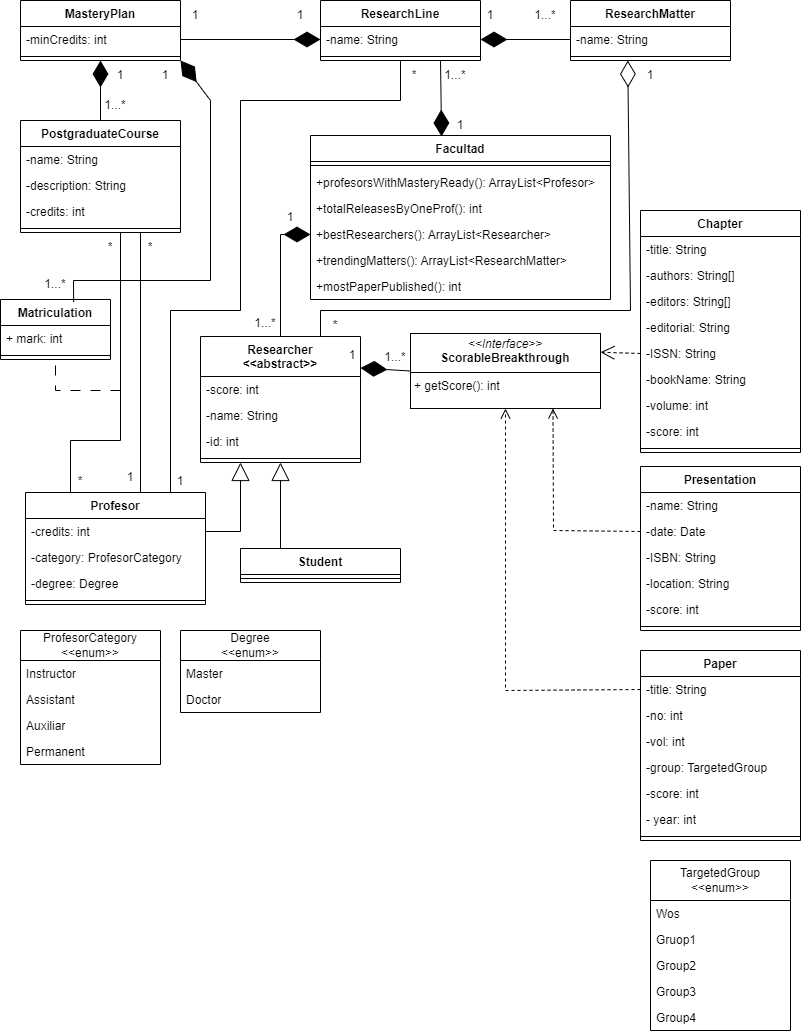
Before: dpoo_final_project_diagram.png, a diagram exported from draw.io (mbrianp05/dpoo-final-project). Source tidied: cells renumbered, new cells last; positions are measured from the earlier drawing's top-left corner, leaving out a move shared by most shapes.
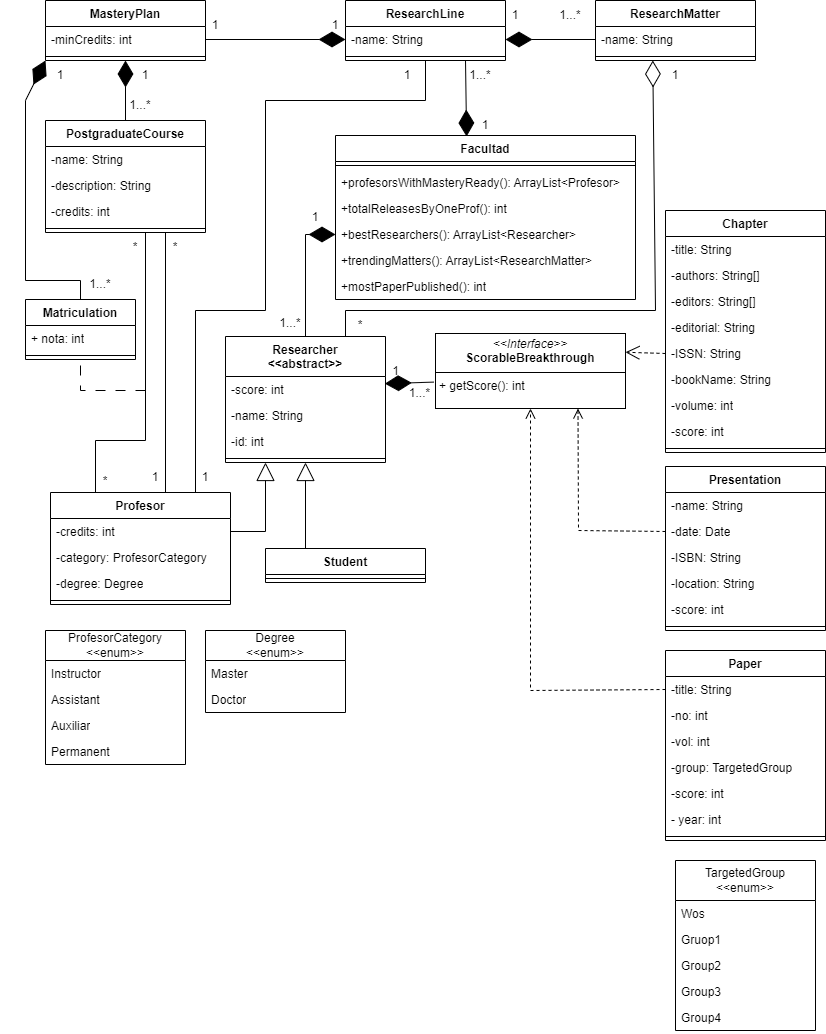
The same diagram one commit later.

Change to the diagram source:
```diff
@@ -1,4 +1,4 @@
-<mxGraphModel>
+<mxGraphModel background="#ffffff">
   <root>
     <mxCell id="0" />
     <mxCell id="1" parent="0" />
@@ -277,13 +277,13 @@
       <mxGeometry x="530" width="30" height="30" as="geometry" />
     </mxCell>
     <mxCell id="85" value="1" style="text;html=1;align=center;verticalAlign=middle;whiteSpace=wrap;rounded=0;" parent="1" vertex="1">
-      <mxGeometry x="290" width="20" height="30" as="geometry" />
+      <mxGeometry x="300" y="10" width="20" height="30" as="geometry" />
     </mxCell>
     <mxCell id="86" value="1" style="text;html=1;align=center;verticalAlign=middle;whiteSpace=wrap;rounded=0;" parent="1" vertex="1">
-      <mxGeometry x="180" width="30" height="30" as="geometry" />
+      <mxGeometry x="175" y="10" width="30" height="30" as="geometry" />
     </mxCell>
-    <mxCell id="87" value="*" style="text;html=1;align=center;verticalAlign=middle;whiteSpace=wrap;rounded=0;" parent="1" vertex="1">
-      <mxGeometry x="396" y="60" width="36" height="30" as="geometry" />
+    <mxCell id="87" value="1" style="text;html=1;align=center;verticalAlign=middle;whiteSpace=wrap;rounded=0;" parent="1" vertex="1">
+      <mxGeometry x="364" y="60" width="36" height="30" as="geometry" />
     </mxCell>
     <mxCell id="88" value="1" style="text;html=1;align=center;verticalAlign=middle;whiteSpace=wrap;rounded=0;" parent="1" vertex="1">
       <mxGeometry x="110" y="60" width="20" height="30" as="geometry" />
@@ -321,19 +321,10 @@
     <mxCell id="99" value="&lt;p style=&quot;margin:0px;margin-top:4px;text-align:center;&quot;&gt;&lt;i&gt;&amp;lt;&amp;lt;Interface&amp;gt;&amp;gt;&lt;/i&gt;&lt;br&gt;&lt;b&gt;ScorableBreakthrough&lt;/b&gt;&lt;/p&gt;&lt;hr size=&quot;1&quot; style=&quot;border-style:solid;&quot;&gt;&lt;p style=&quot;margin:0px;margin-left:4px;&quot;&gt;+ getScore(): int&lt;br&gt;&lt;/p&gt;" style="verticalAlign=top;align=left;overflow=fill;html=1;whiteSpace=wrap;" parent="1" vertex="1">
       <mxGeometry x="410" y="333" width="190" height="75" as="geometry" />
     </mxCell>
-    <mxCell id="100" style="endArrow=diamondThin;endFill=1;endSize=24;html=1;rounded=0;entryX=1;entryY=0.25;entryDx=0;entryDy=0;exitX=0;exitY=0.5;exitDx=0;exitDy=0;" parent="1" edge="1" source="99" target="15">
-      <mxGeometry relative="1" as="geometry" />
-    </mxCell>
-    <mxCell id="101" value="1" style="text;html=1;align=center;verticalAlign=middle;whiteSpace=wrap;rounded=0;" parent="1" vertex="1">
-      <mxGeometry x="337" y="340" width="30" height="30" as="geometry" />
-    </mxCell>
-    <mxCell id="102" value="1...*" style="text;html=1;align=center;verticalAlign=middle;whiteSpace=wrap;rounded=0;" parent="1" vertex="1">
-      <mxGeometry x="380" y="342" width="30" height="30" as="geometry" />
-    </mxCell>
     <mxCell id="103" value="Matriculation" style="swimlane;fontStyle=1;align=center;verticalAlign=top;horizontal=1;startSize=26;whiteSpace=wrap;html=1;" parent="1" vertex="1">
       <mxGeometry y="299" width="110" height="60" as="geometry" />
     </mxCell>
-    <mxCell id="104" value="+ mark: int" style="text;strokeColor=none;fillColor=none;align=left;verticalAlign=top;spacingLeft=4;spacingRight=4;overflow=hidden;whiteSpace=wrap;html=1;" parent="103" vertex="1">
+    <mxCell id="104" value="+ nota: int" style="text;strokeColor=none;fillColor=none;align=left;verticalAlign=top;spacingLeft=4;spacingRight=4;overflow=hidden;whiteSpace=wrap;html=1;" parent="103" vertex="1">
       <mxGeometry y="26" width="110" height="26" as="geometry" />
     </mxCell>
     <mxCell id="105" style="line;strokeWidth=1;fillColor=none;align=left;verticalAlign=middle;spacingTop=-1;spacingLeft=3;spacingRight=3;labelPosition=right;strokeColor=inherit;" parent="103" vertex="1">
@@ -363,23 +354,23 @@
         </Array>
       </mxGeometry>
     </mxCell>
-    <mxCell id="110" style="endArrow=diamondThin;endFill=1;endSize=24;html=1;rounded=0;exitX=0.665;exitY=0.043;exitDx=0;exitDy=0;entryX=1;entryY=1;entryDx=0;entryDy=0;exitPerimeter=0;" parent="1" edge="1" source="103" target="52">
+    <mxCell id="110" style="endArrow=diamondThin;endFill=1;endSize=24;html=1;rounded=0;exitX=0.5;exitY=0;exitDx=0;exitDy=0;entryX=0;entryY=1;entryDx=0;entryDy=0;" parent="1" edge="1" source="103" target="52">
       <mxGeometry relative="1" as="geometry">
         <Array as="points">
-          <mxPoint x="73" y="280" />
-          <mxPoint x="210" y="280" />
-          <mxPoint x="210" y="100" />
+          <mxPoint x="55" y="280" />
+          <mxPoint y="280" />
+          <mxPoint y="100" />
         </Array>
       </mxGeometry>
     </mxCell>
     <mxCell id="111" value="1...*" style="text;html=1;align=center;verticalAlign=middle;whiteSpace=wrap;rounded=0;" parent="1" vertex="1">
-      <mxGeometry x="40" y="269" width="30" height="30" as="geometry" />
+      <mxGeometry x="60" y="269" width="30" height="30" as="geometry" />
     </mxCell>
     <mxCell id="112" value="1" style="text;html=1;align=center;verticalAlign=middle;whiteSpace=wrap;rounded=0;" parent="1" vertex="1">
-      <mxGeometry x="150" y="60" width="30" height="30" as="geometry" />
+      <mxGeometry x="20" y="60" width="30" height="30" as="geometry" />
     </mxCell>
     <mxCell id="113" value="1" style="text;html=1;align=center;verticalAlign=middle;whiteSpace=wrap;rounded=0;" parent="1" vertex="1">
-      <mxGeometry x="170" y="466" width="20" height="30" as="geometry" />
+      <mxGeometry x="170" y="462" width="20" height="30" as="geometry" />
     </mxCell>
     <mxCell id="114" style="endArrow=open;endSize=12;dashed=1;html=1;rounded=0;exitX=0;exitY=0.5;exitDx=0;exitDy=0;entryX=1;entryY=0.25;entryDx=0;entryDy=0;" parent="1" edge="1" source="32" target="99">
       <mxGeometry relative="1" as="geometry" />
@@ -398,5 +389,19 @@
         </Array>
       </mxGeometry>
     </mxCell>
+    <mxCell id="117" style="endArrow=block;dashed=1;endFill=0;endSize=12;html=1;rounded=0;entryX=1.035;entryY=-0.038;entryDx=0;entryDy=0;entryPerimeter=0;" parent="1" edge="1" target="16">
+      <mxGeometry relative="1" as="geometry">
+        <mxPoint x="366" y="374.6" as="sourcePoint" />
+      </mxGeometry>
+    </mxCell>
+    <mxCell id="118" style="endArrow=diamondThin;endFill=1;endSize=24;html=1;rounded=0;exitX=-0.008;exitY=0.648;exitDx=0;exitDy=0;entryX=0.996;entryY=0.275;entryDx=0;entryDy=0;entryPerimeter=0;exitPerimeter=0;" parent="1" edge="1" source="99" target="16">
+      <mxGeometry relative="1" as="geometry" />
+    </mxCell>
+    <mxCell id="101" value="1" style="text;html=1;align=center;verticalAlign=middle;strokeColor=none;fillColor=none;" parent="1" vertex="1">
+      <mxGeometry x="355" y="355.5" width="30" height="30" as="geometry" />
+    </mxCell>
+    <mxCell id="102" value="1...*" style="text;html=1;align=center;verticalAlign=middle;strokeColor=none;fillColor=none;" parent="1" vertex="1">
+      <mxGeometry x="374" y="378" width="40" height="30" as="geometry" />
+    </mxCell>
   </root>
 </mxGraphModel>
```
